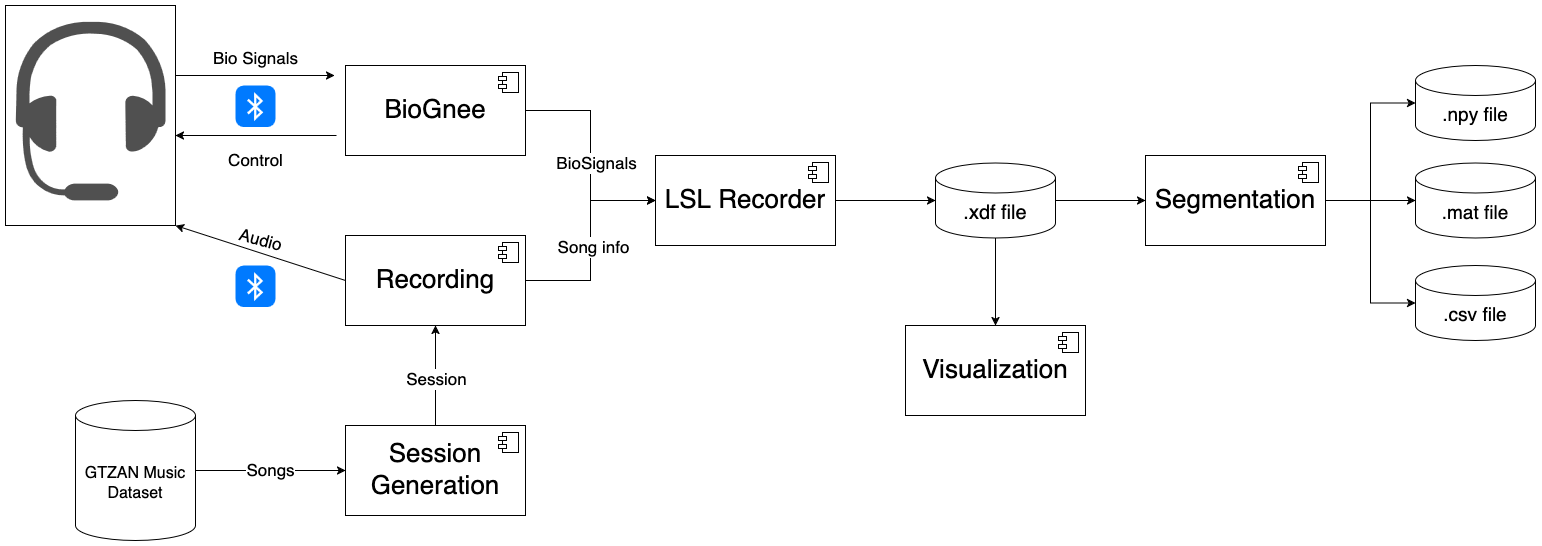
Earlier version of the draw.io export thesis/figures/chapter05/experimentalWorkflow.png (Lukas1305-red/bachelor-thesis-music-eeg-genre-classifier). Source tidied: cells renumbered, new cells last; positions are measured from the earlier drawing's top-left corner, leaving out a move shared by most shapes.
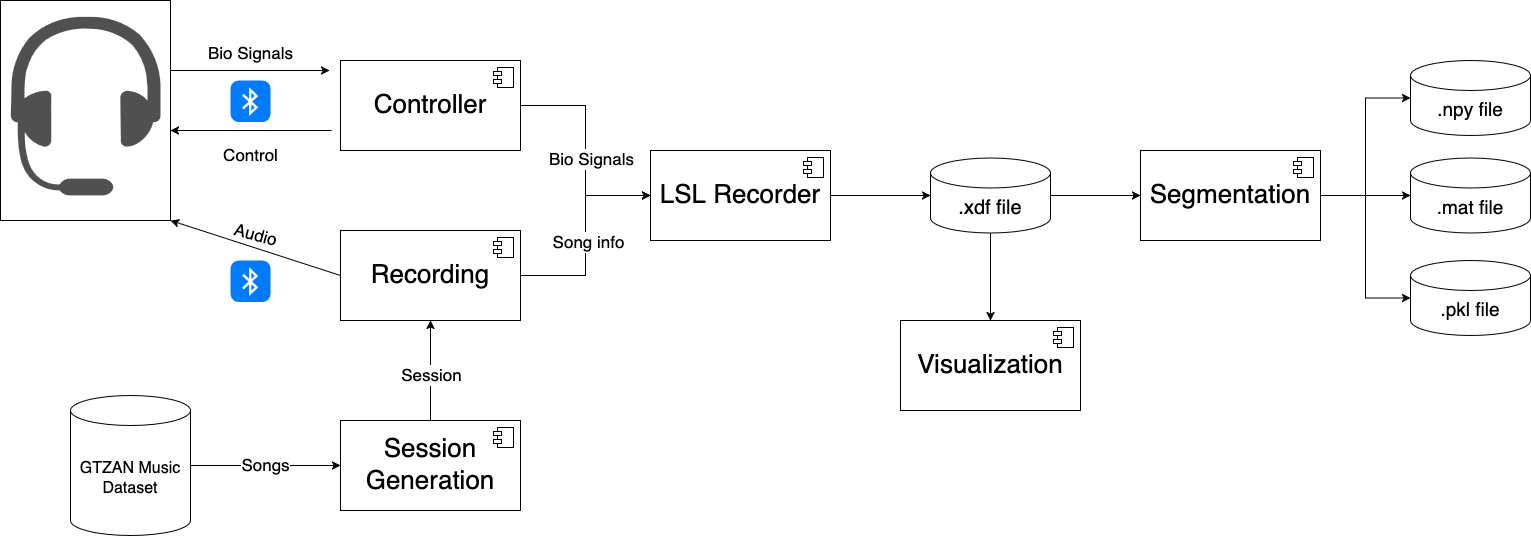
After the change.

Commit message:
Update experimental workflow diagram. Write about physiological and non-physiological artifacts

The edit, as a diff of the source:
```diff
@@ -11,12 +11,12 @@
     <mxCell id="4" style="edgeStyle=orthogonalEdgeStyle;rounded=0;jettySize=auto;html=1;entryX=0;entryY=0.5;entryDx=0;entryDy=0;" parent="1" edge="1" source="6" target="26">
       <mxGeometry relative="1" as="geometry" />
     </mxCell>
-    <mxCell id="5" value="BioSignals" style="edgeLabel;html=1;align=center;verticalAlign=middle;fontSize=17;" parent="4" vertex="1">
+    <mxCell id="5" value="Bio Signals" style="edgeLabel;html=1;align=center;verticalAlign=middle;fontSize=17;" parent="4" vertex="1">
       <mxGeometry x="0.14" relative="1" as="geometry">
         <mxPoint x="5" y="-8" as="offset" />
       </mxGeometry>
     </mxCell>
-    <mxCell id="6" value="&lt;font style=&quot;font-size: 26px;&quot;&gt;BioGnee&lt;/font&gt;" style="html=1;whiteSpace=wrap;" parent="1" vertex="1">
+    <mxCell id="6" value="&lt;font style=&quot;font-size: 26px;&quot;&gt;Controller&lt;/font&gt;" style="html=1;whiteSpace=wrap;" parent="1" vertex="1">
       <mxGeometry x="340" y="60" width="180" height="90" as="geometry" />
     </mxCell>
     <mxCell id="7" style="shape=module;jettyWidth=8;jettyHeight=4;" parent="6" vertex="1">
@@ -124,7 +124,7 @@
     <mxCell id="35" value="&lt;font style=&quot;font-size: 19px;&quot;&gt;.npy&lt;font&gt;&amp;nbsp;file&lt;/font&gt;&lt;/font&gt;" style="shape=cylinder3;whiteSpace=wrap;html=1;boundedLbl=1;backgroundOutline=1;size=15;" parent="1" vertex="1">
       <mxGeometry x="1410" y="60" width="120" height="75" as="geometry" />
     </mxCell>
-    <mxCell id="36" value="&lt;font style=&quot;font-size: 19px;&quot;&gt;.&lt;font&gt;csv file&lt;/font&gt;&lt;/font&gt;" style="shape=cylinder3;whiteSpace=wrap;html=1;boundedLbl=1;backgroundOutline=1;size=15;" parent="1" vertex="1">
+    <mxCell id="36" value="&lt;font style=&quot;font-size: 19px;&quot;&gt;.&lt;font&gt;pkl file&lt;/font&gt;&lt;/font&gt;" style="shape=cylinder3;whiteSpace=wrap;html=1;boundedLbl=1;backgroundOutline=1;size=15;" parent="1" vertex="1">
       <mxGeometry x="1410" y="260" width="120" height="75" as="geometry" />
     </mxCell>
     <mxCell id="37" style="edgeStyle=orthogonalEdgeStyle;rounded=0;jettySize=auto;html=1;entryX=0;entryY=0.5;entryDx=0;entryDy=0;entryPerimeter=0;" parent="1" edge="1" source="32" target="35">
```
